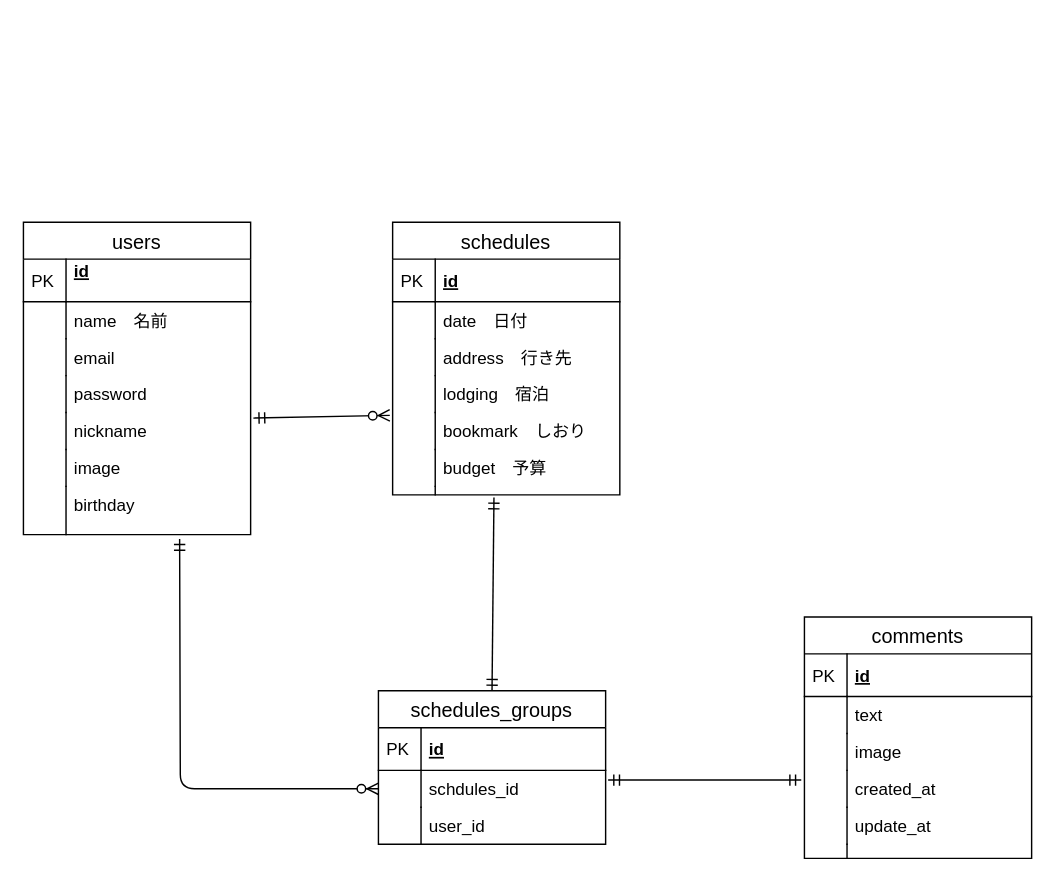
Above: ER.drawio in kazumasa1111/excursion3 (draw.io), before the change. Source tidied: cells renumbered, new cells numbered last; positions are measured from the earlier drawing's top-left corner, leaving out a move shared by most shapes. Both pictures are drawn from the tidied source at 142%, with x=0, y=0 at pixel (23, 222).
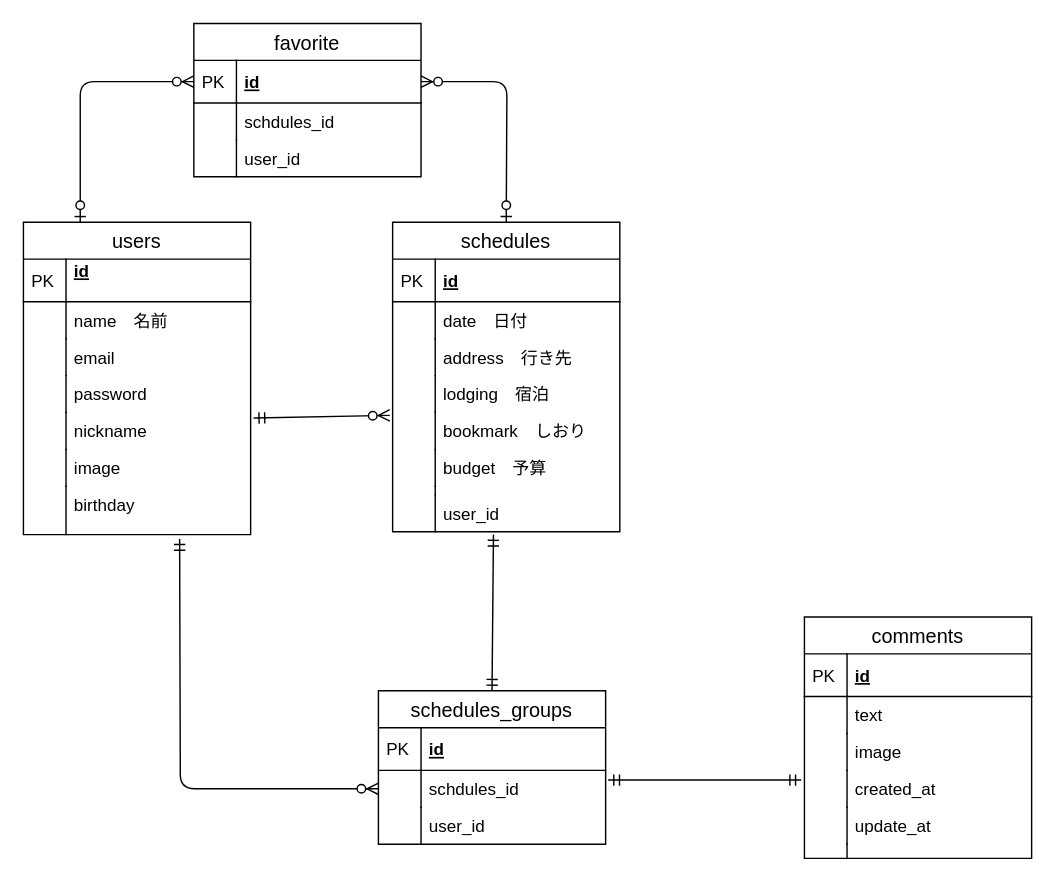
The same page after the edit.

The change refers to these unchanged cells:
```xml
<mxCell id="2" value="users" style="swimlane;fontStyle=0;horizontal=1;startSize=26;align=center;fontSize=14;" parent="1" vertex="1">
  <mxGeometry width="160" height="220" as="geometry" />
</mxCell>
<mxCell id="30" style="shape=partialRectangle;top=0;left=0;right=0;bottom=0;align=left;verticalAlign=top;fillColor=none;spacingLeft=34;spacingRight=4;overflow=hidden;points=[[0,0.5],[1,0.5]];portConstraint=eastwest;fontSize=12;" parent="17" vertex="1">
  <mxGeometry y="186" width="160" height="6" as="geometry" />
</mxCell>
<mxCell id="34" value="schedules_groups" style="swimlane;fontStyle=0;horizontal=1;startSize=26;align=center;fontSize=14;" parent="1" vertex="1">
  <mxGeometry x="250" y="330" width="160" height="108" as="geometry" />
</mxCell>
```

What changed in the source:
```diff
@@
     <mxCell id="17" value="schedules" style="swimlane;fontStyle=0;horizontal=1;startSize=26;align=center;fontSize=14;" parent="1" vertex="1">
-      <mxGeometry x="260" width="160" height="192" as="geometry" />
+      <mxGeometry x="260" width="160" height="218" as="geometry" />
     </mxCell>
@@
+    <mxCell id="57" value="user_id" style="shape=partialRectangle;top=0;left=0;right=0;bottom=0;align=left;verticalAlign=top;fillColor=none;spacingLeft=34;spacingRight=4;overflow=hidden;fontSize=12;" parent="17" vertex="1">
+      <mxGeometry y="192" width="160" height="26" as="geometry" />
+    </mxCell>
+    <mxCell id="58" style="shape=partialRectangle;top=0;left=0;bottom=0;fillColor=none;align=left;verticalAlign=top;spacingLeft=4;spacingRight=4;overflow=hidden;fontSize=12;" parent="57" vertex="1">
+      <mxGeometry width="30" height="26" as="geometry" />
+    </mxCell>
@@
+    <mxCell id="59" value="favorite" style="swimlane;fontStyle=0;horizontal=1;startSize=26;align=center;fontSize=14;" parent="1" vertex="1">
+      <mxGeometry x="120" y="-140" width="160" height="108" as="geometry" />
+    </mxCell>
+    <mxCell id="60" value="id" style="shape=partialRectangle;top=0;left=0;right=0;bottom=1;align=left;verticalAlign=middle;fillColor=none;spacingLeft=34;spacingRight=4;overflow=hidden;points=[[0,0.5],[1,0.5]];portConstraint=eastwest;fontStyle=5;fontSize=12;" parent="59" vertex="1">
+      <mxGeometry y="26" width="160" height="30" as="geometry" />
+    </mxCell>
+    <mxCell id="61" value="PK" style="shape=partialRectangle;top=0;left=0;bottom=0;fillColor=none;align=left;verticalAlign=middle;spacingLeft=4;spacingRight=4;overflow=hidden;fontSize=12;" parent="60" vertex="1">
+      <mxGeometry width="30" height="30" as="geometry" />
+    </mxCell>
+    <mxCell id="62" value="schdules_id" style="shape=partialRectangle;top=0;left=0;right=0;bottom=0;align=left;verticalAlign=top;fillColor=none;spacingLeft=34;spacingRight=4;overflow=hidden;fontSize=12;" parent="59" vertex="1">
+      <mxGeometry y="56" width="160" height="26" as="geometry" />
+    </mxCell>
+    <mxCell id="63" style="shape=partialRectangle;top=0;left=0;bottom=0;fillColor=none;align=left;verticalAlign=top;spacingLeft=4;spacingRight=4;overflow=hidden;fontSize=12;" parent="62" vertex="1">
+      <mxGeometry width="30" height="26" as="geometry" />
+    </mxCell>
+    <mxCell id="64" value="user_id" style="shape=partialRectangle;top=0;left=0;right=0;bottom=0;align=left;verticalAlign=top;fillColor=none;spacingLeft=34;spacingRight=4;overflow=hidden;fontSize=12;" parent="59" vertex="1">
+      <mxGeometry y="82" width="160" height="26" as="geometry" />
+    </mxCell>
+    <mxCell id="65" style="shape=partialRectangle;top=0;left=0;bottom=0;fillColor=none;align=left;verticalAlign=top;spacingLeft=4;spacingRight=4;overflow=hidden;fontSize=12;" parent="64" vertex="1">
+      <mxGeometry width="30" height="26" as="geometry" />
+    </mxCell>
@@
-    <mxCell id="41" style="fontSize=12;html=1;endArrow=ERmandOne;startArrow=ERmandOne;exitX=0.5;exitY=0;exitDx=0;exitDy=0;entryX=0.446;entryY=1.306;entryDx=0;entryDy=0;entryPerimeter=0;" parent="1" edge="1" source="34" target="30">
-      <mxGeometry relative="1" as="geometry" />
+    <mxCell id="41" style="fontSize=12;html=1;endArrow=ERmandOne;startArrow=ERmandOne;exitX=0.5;exitY=0;exitDx=0;exitDy=0;" parent="1" edge="1" source="34">
+      <mxGeometry relative="1" as="geometry">
+        <mxPoint x="331" y="220" as="targetPoint" />
+      </mxGeometry>
     </mxCell>
@@
+    <mxCell id="66" style="edgeStyle=orthogonalEdgeStyle;fontSize=12;html=1;endArrow=ERzeroToMany;startArrow=ERzeroToOne;exitX=0.25;exitY=0;exitDx=0;exitDy=0;entryX=0;entryY=0.5;entryDx=0;entryDy=0;" parent="1" edge="1" source="2" target="60">
+      <mxGeometry relative="1" as="geometry" />
+    </mxCell>
+    <mxCell id="67" style="edgeStyle=orthogonalEdgeStyle;fontSize=12;html=1;endArrow=ERzeroToMany;startArrow=ERzeroToOne;entryX=1;entryY=0.5;entryDx=0;entryDy=0;" parent="1" edge="1" target="60">
+      <mxGeometry relative="1" as="geometry">
+        <mxPoint x="340" as="sourcePoint" />
+      </mxGeometry>
+    </mxCell>
```
